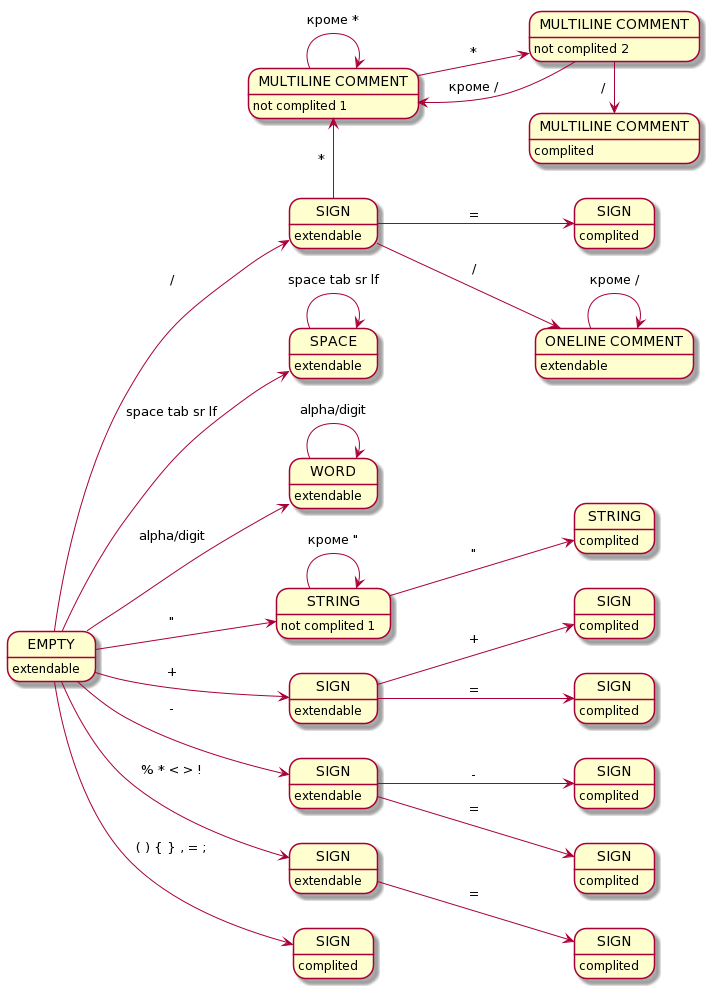
AndreyBezverkhniy/KVM keeps this PlantUML diagram as img/automat.png. Above is the earlier version.
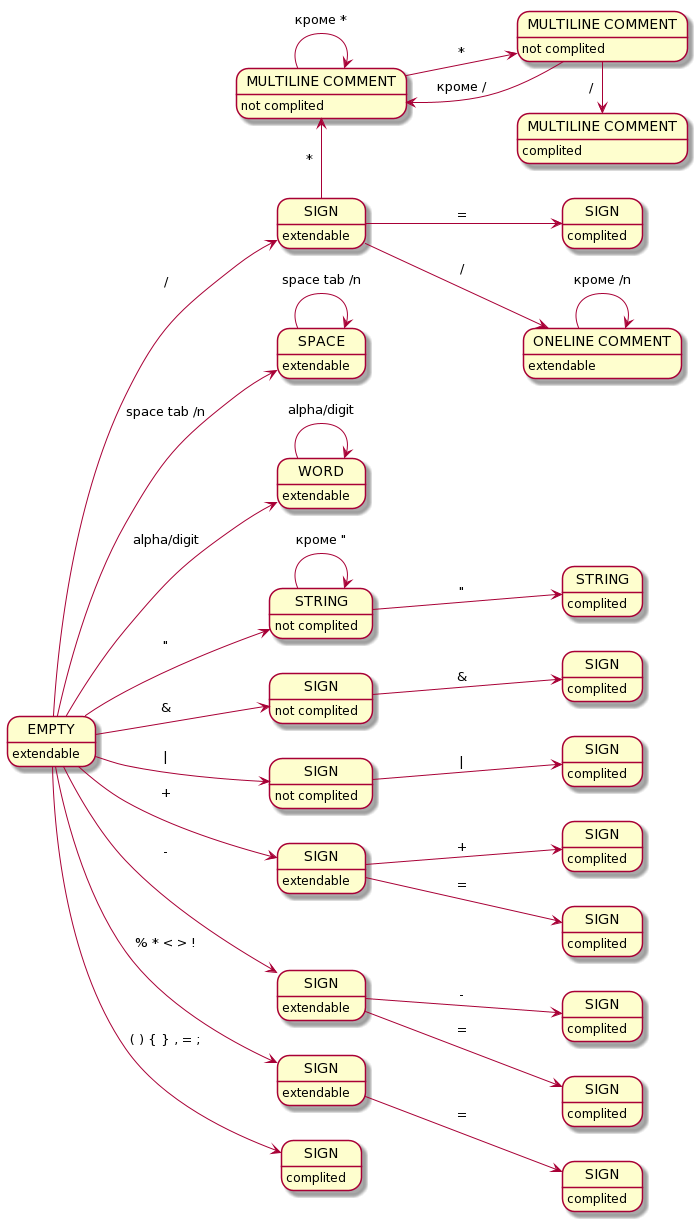
The same diagram one commit later.

Change to the diagram source:
```diff
@@ -1,22 +1,37 @@
 @startuml
 left to right direction
+
 EMPTY : extendable
 
-EMPTY --> SPACE : space tab sr lf
+EMPTY --> SPACE : space tab /n
 SPACE : extendable
-SPACE --> SPACE : space tab sr lf
+SPACE --> SPACE : space tab /n
 
 EMPTY --> WORD : alpha/digit
 WORD : extendable
 WORD --> WORD : alpha/digit
 
 state "STRING" as LSTRING
-LSTRING : not complited 1
+LSTRING : not complited
 state "STRING" as LRSTRING
 LRSTRING : complited
 EMPTY --> LSTRING : "
 LSTRING --> LSTRING : кроме "
 LSTRING --> LRSTRING : "
+
+state "SIGN" as AND
+AND : not complited
+state "SIGN" as ANDAND
+ANDAND : complited
+EMPTY --> AND : &
+AND --> ANDAND : &
+
+state "SIGN" as OR
+OR : not complited
+state "SIGN" as OROR
+OROR : complited
+EMPTY -->OR : |
+OR --> OROR : |
 
 state "SIGN" as PLUS
 PLUS : extendable
@@ -56,15 +71,15 @@
 state "ONELINE COMMENT" as SLASHSLASH
 SLASHSLASH : extendable
 state "MULTILINE COMMENT" as SLASHSTAR
-SLASHSTAR : not complited 1
+SLASHSTAR : not complited
 state "MULTILINE COMMENT" as SLASHSTARSTAR
-SLASHSTARSTAR : not complited 2
+SLASHSTARSTAR : not complited
 state "MULTILINE COMMENT" as MULTILINE
 MULTILINE : complited
 EMPTY --> SLASH : /
 SLASH --> SLASHEQUAL : =
 SLASH --> SLASHSLASH : /
-SLASHSLASH --> SLASHSLASH : кроме /
+SLASHSLASH --> SLASHSLASH : кроме /n
 SLASHSTAR <- SLASH  : *
 SLASHSTAR --> SLASHSTAR : кроме *
 SLASHSTAR --> SLASHSTARSTAR : *
```
